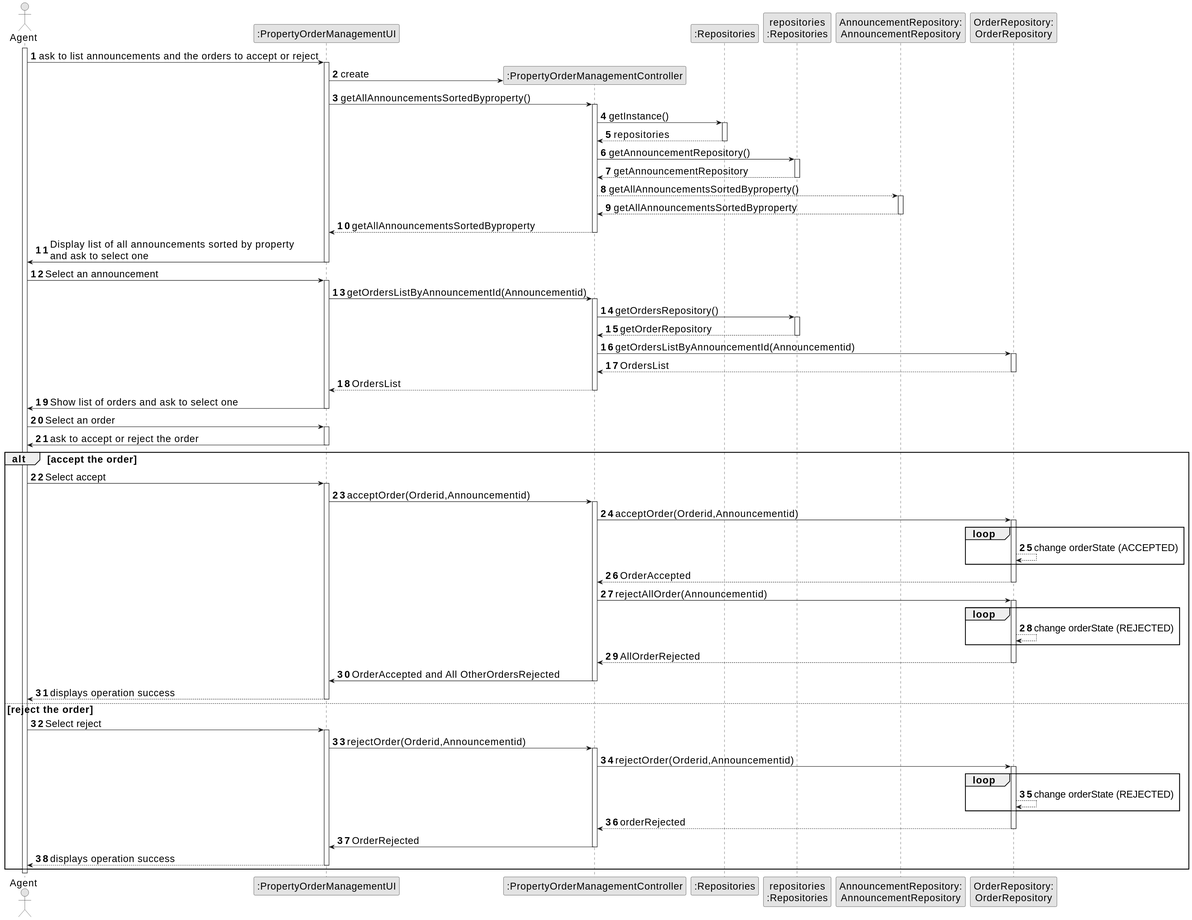
Earlier version of the PlantUML export docs/sprintD/us011/03.design/svg/us011-sequence-diagram-full.svg (Goncalves2525/real-estate-management-system).
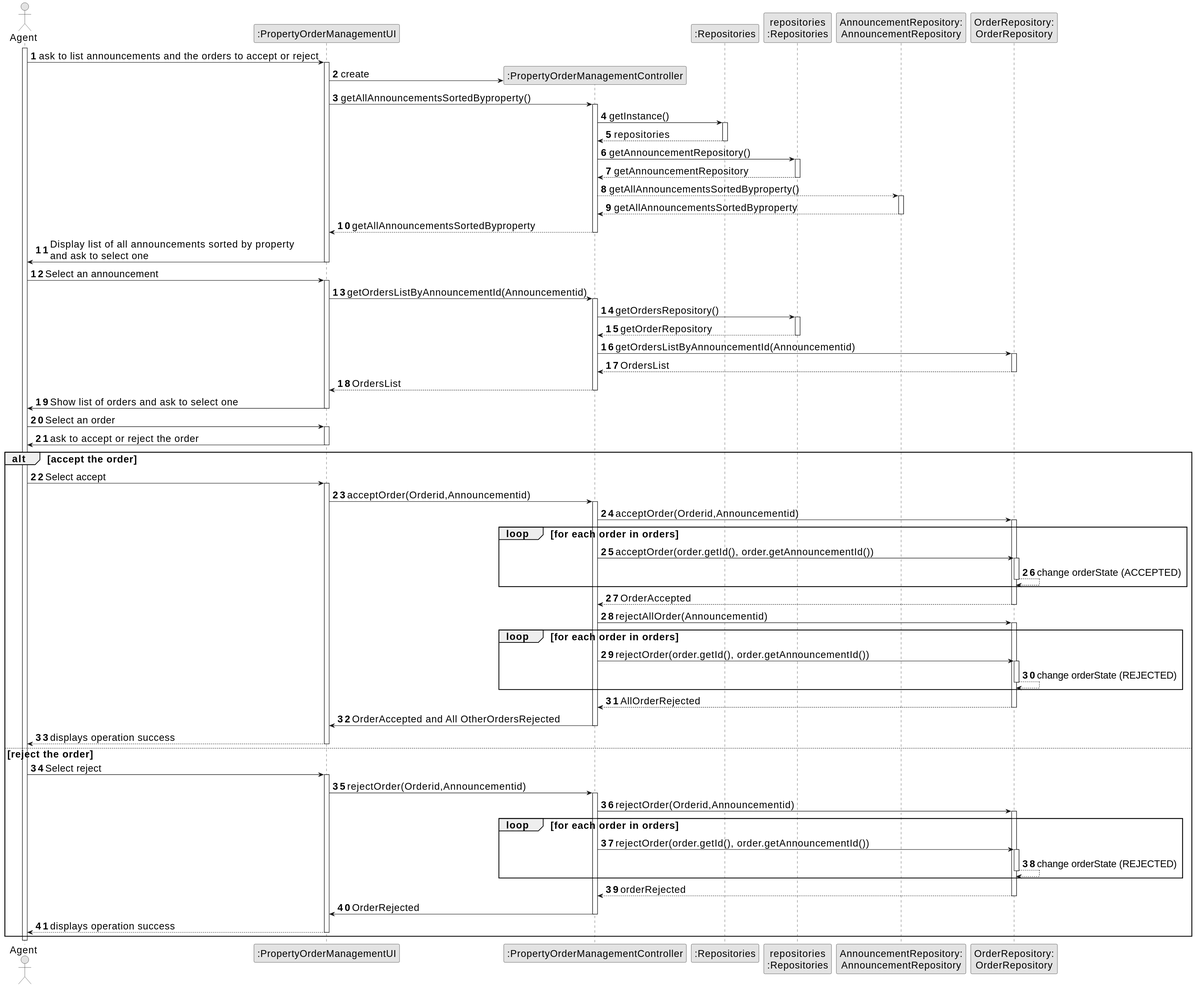
After the change.

Change to the diagram source:
```diff
@@ -88,17 +88,28 @@
     CTRL -> OrderRepository : acceptOrder(Orderid,Announcementid)
     activate OrderRepository
 
-    loop
-    OrderRepository-->OrderRepository: change orderState (ACCEPTED)
-    end
+loop for each order in orders
+    CTRL -> OrderRepository : acceptOrder(order.getId(), order.getAnnouncementId())
+    activate OrderRepository
+
+    OrderRepository --> OrderRepository : change orderState (ACCEPTED)
+
+    deactivate OrderRepository
+end
     OrderRepository --> CTRL : OrderAccepted
     deactivate OrderRepository
 
     CTRL -> OrderRepository : rejectAllOrder(Announcementid)
     activate OrderRepository
-    loop
-    OrderRepository-->OrderRepository: change orderState (REJECTED)
-    end
+
+        loop for each order in orders
+            CTRL -> OrderRepository : rejectOrder(order.getId(), order.getAnnouncementId())
+            activate OrderRepository
+
+            OrderRepository --> OrderRepository : change orderState (REJECTED)
+
+            deactivate OrderRepository
+        end
 
     OrderRepository --> CTRL : AllOrderRejected
     deactivate OrderRepository
@@ -120,10 +131,14 @@
     CTRL -> OrderRepository : rejectOrder(Orderid,Announcementid)
     activate OrderRepository
 
-   loop
-   OrderRepository-->OrderRepository: change orderState (REJECTED)
-   end
+         loop for each order in orders
+             CTRL -> OrderRepository : rejectOrder(order.getId(), order.getAnnouncementId())
+             activate OrderRepository
 
+             OrderRepository --> OrderRepository : change orderState (REJECTED)
+
+             deactivate OrderRepository
+         end
     OrderRepository --> CTRL : orderRejected
     deactivate OrderRepository
 
```
